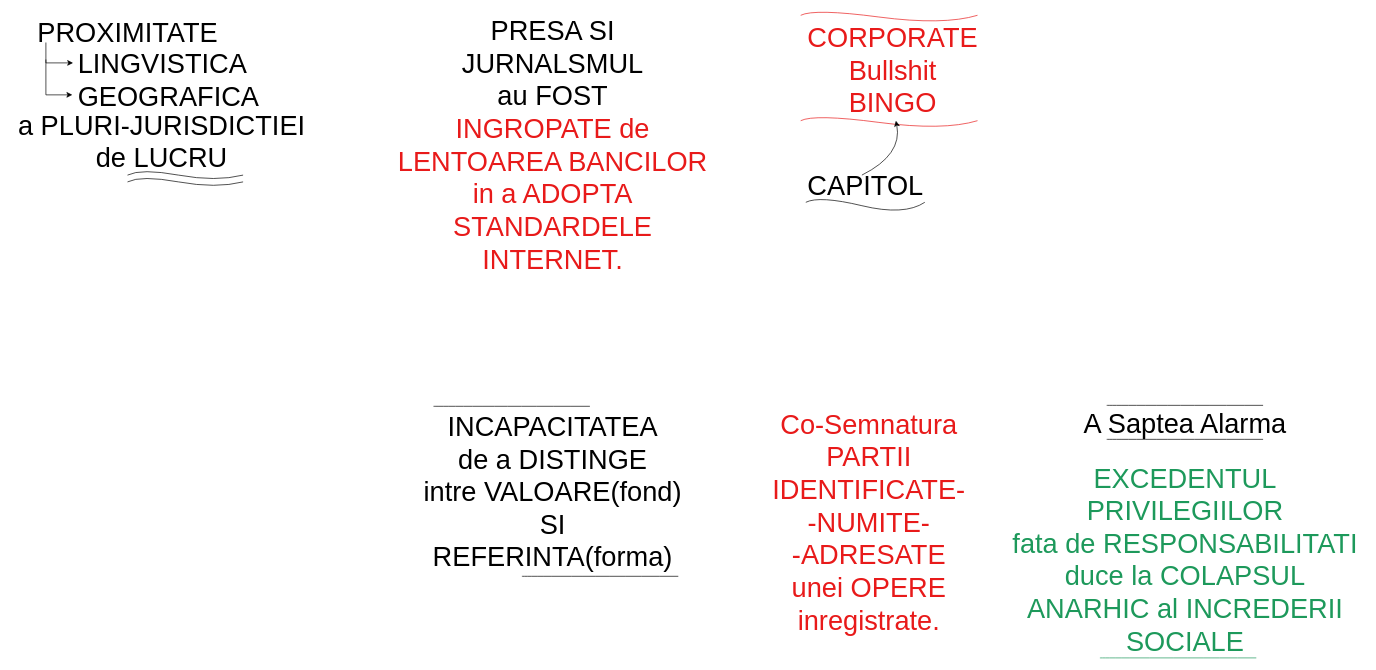
Earlier version of the draw.io diagram 57DC066C-B41A-4E79-8879-D8B0494F4182_1_201_a.drawio (sheeperoni/Diagrams). Source tidied: cells renumbered, new cells numbered last; positions are measured from the earlier drawing's top-left corner, leaving out a move shared by most shapes. Both pictures are drawn from the tidied source at 68%, with x=0, y=0 at pixel (12, 8).
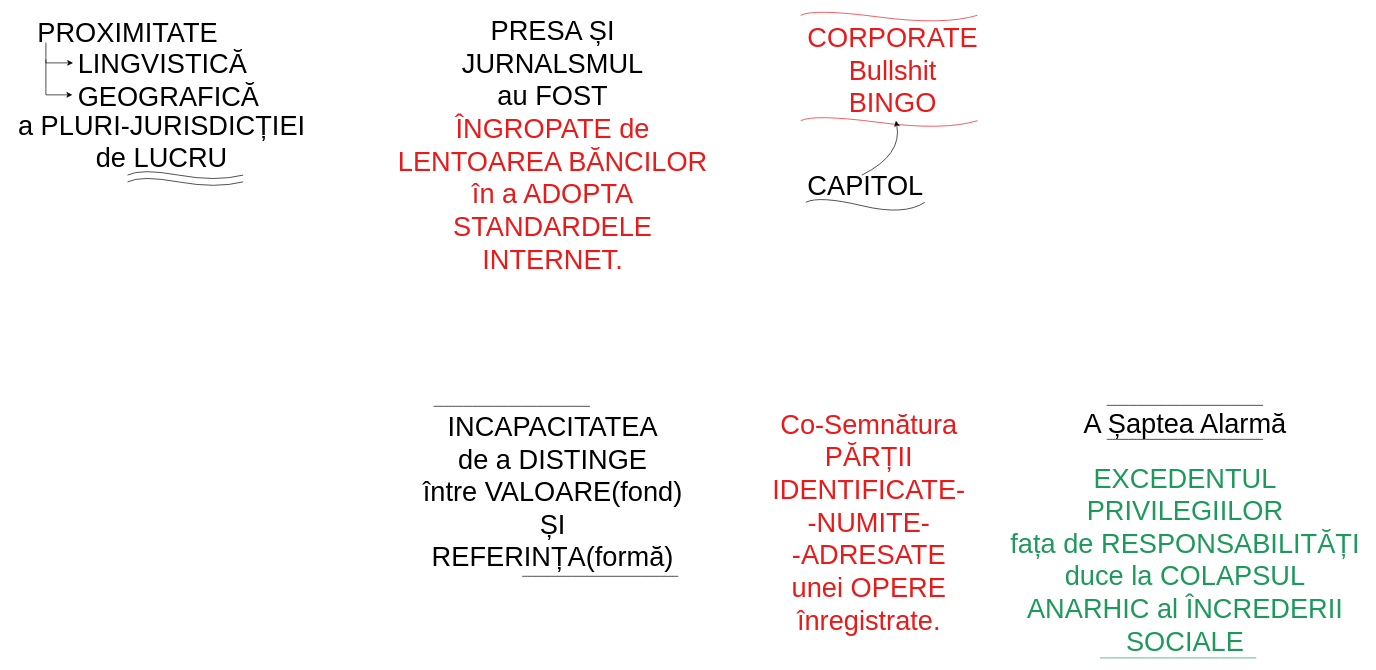
After the change.

Change to the diagram source:
```diff
@@
-    <mxCell id="3" value="&lt;div style=&quot;text-align: left&quot;&gt;&lt;span&gt;LINGVISTICA&lt;/span&gt;&lt;/div&gt;&lt;div style=&quot;text-align: left&quot;&gt;&lt;span&gt;GEOGRAFICA&lt;/span&gt;&lt;/div&gt;" style="text;html=1;align=center;verticalAlign=middle;points=[];strokeColor=none;fillColor=none;fontSize=40;" parent="1" vertex="1">
+    <mxCell id="3" value="&lt;div style=&quot;text-align: left&quot;&gt;&lt;span&gt;LINGVISTICĂ&lt;/span&gt;&lt;/div&gt;&lt;div style=&quot;text-align: left&quot;&gt;&lt;span&gt;GEOGRAFICĂ&lt;/span&gt;&lt;/div&gt;" style="text;html=1;align=center;verticalAlign=middle;points=[];strokeColor=none;fillColor=none;fontSize=40;" parent="1" vertex="1">
       <mxGeometry x="90" y="55" width="280" height="100" as="geometry" />
     </mxCell>
-    <mxCell id="4" value="a PLURI-JURISDICTIEI&lt;br&gt;de LUCRU" style="text;html=1;align=center;verticalAlign=middle;strokeColor=none;fillColor=none;fontSize=40;" parent="1" vertex="1">
+    <mxCell id="4" value="a PLURI-JURISDICȚIEI&lt;br&gt;de LUCRU" style="text;html=1;align=center;verticalAlign=middle;strokeColor=none;fillColor=none;fontSize=40;" parent="1" vertex="1">
       <mxGeometry y="145" width="440" height="100" as="geometry" />
     </mxCell>
@@
-    <mxCell id="9" value="PRESA SI&lt;br&gt;JURNALSMUL&lt;br&gt;au FOST&lt;br&gt;&lt;font color=&quot;#e81a1a&quot;&gt;INGROPATE de&lt;br&gt;LENTOAREA BANCILOR&lt;br&gt;in a ADOPTA&lt;br&gt;STANDARDELE&lt;br&gt;INTERNET.&lt;/font&gt;" style="text;html=1;align=center;verticalAlign=middle;strokeColor=none;fillColor=none;fontSize=40;" parent="1" vertex="1">
+    <mxCell id="9" value="PRESA ȘI&lt;br&gt;JURNALSMUL&lt;br&gt;au FOST&lt;br&gt;&lt;font color=&quot;#e81a1a&quot;&gt;ÎNGROPATE de&lt;br&gt;LENTOAREA BĂNCILOR&lt;br&gt;în a ADOPTA&lt;br&gt;STANDARDELE&lt;br&gt;INTERNET.&lt;/font&gt;" style="text;html=1;align=center;verticalAlign=middle;strokeColor=none;fillColor=none;fontSize=40;" parent="1" vertex="1">
       <mxGeometry x="560" y="5" width="470" height="390" as="geometry" />
     </mxCell>
@@
-    <mxCell id="16" value="INCAPACITATEA&lt;br&gt;de a DISTINGE&lt;br&gt;intre VALOARE(fond)&lt;br&gt;SI&lt;br&gt;REFERINTA(forma)" style="text;html=1;align=center;verticalAlign=middle;strokeColor=none;fillColor=none;fontSize=40;fontColor=#000000;" parent="1" vertex="1">
-      <mxGeometry x="600" y="585" width="390" height="250" as="geometry" />
+    <mxCell id="16" value="INCAPACITATEA&lt;br&gt;de a DISTINGE&lt;br&gt;între VALOARE(fond)&lt;br&gt;ȘI&lt;br&gt;REFERINȚA(formă)" style="text;html=1;align=center;verticalAlign=middle;strokeColor=none;fillColor=none;fontSize=40;fontColor=#000000;" parent="1" vertex="1">
+      <mxGeometry x="595" y="585" width="400" height="250" as="geometry" />
     </mxCell>
-    <mxCell id="17" value="&lt;font color=&quot;#e81a1a&quot;&gt;Co-Semnatura&lt;br&gt;PARTII&lt;br&gt;IDENTIFICATE-&lt;br&gt;-NUMITE-&lt;br&gt;-ADRESATE&lt;br&gt;unei OPERE&lt;br&gt;inregistrate.&lt;/font&gt;" style="text;html=1;align=center;verticalAlign=middle;strokeColor=none;fillColor=none;fontSize=40;fontColor=#000000;" parent="1" vertex="1">
+    <mxCell id="17" value="&lt;font color=&quot;#e81a1a&quot;&gt;Co-Semnătura&lt;br&gt;PĂRȚII&lt;br&gt;IDENTIFICATE-&lt;br&gt;-NUMITE-&lt;br&gt;-ADRESATE&lt;br&gt;unei OPERE&lt;br&gt;înregistrate.&lt;/font&gt;" style="text;html=1;align=center;verticalAlign=middle;strokeColor=none;fillColor=none;fontSize=40;fontColor=#000000;" parent="1" vertex="1">
       <mxGeometry x="1110" y="585" width="300" height="340" as="geometry" />
     </mxCell>
-    <mxCell id="18" value="&lt;font color=&quot;#000000&quot;&gt;A Saptea Alarma&lt;/font&gt;" style="text;html=1;align=center;verticalAlign=middle;strokeColor=none;fillColor=none;fontSize=40;fontColor=#E81A1A;" parent="1" vertex="1">
+    <mxCell id="18" value="&lt;font color=&quot;#000000&quot;&gt;A Șaptea Alarmă&lt;/font&gt;" style="text;html=1;align=center;verticalAlign=middle;strokeColor=none;fillColor=none;fontSize=40;fontColor=#E81A1A;" parent="1" vertex="1">
       <mxGeometry x="1570" y="585" width="310" height="50" as="geometry" />
     </mxCell>
-    <mxCell id="19" value="&lt;font color=&quot;#1d995b&quot;&gt;EXCEDENTUL&lt;br&gt;PRIVILEGIILOR&lt;br&gt;fata de RESPONSABILITATI&lt;br&gt;duce la COLAPSUL&lt;br&gt;ANARHIC al INCREDERII&lt;br&gt;SOCIALE&lt;/font&gt;" style="text;html=1;align=center;verticalAlign=middle;strokeColor=none;fillColor=none;fontSize=40;fontColor=#000000;" parent="1" vertex="1">
-      <mxGeometry x="1465" y="665" width="520" height="290" as="geometry" />
+    <mxCell id="19" value="&lt;font color=&quot;#1d995b&quot;&gt;EXCEDENTUL&lt;br&gt;PRIVILEGIILOR&lt;br&gt;fața de RESPONSABILITĂȚI&lt;br&gt;duce la COLAPSUL&lt;br&gt;ANARHIC al ÎNCREDERII&lt;br&gt;SOCIALE&lt;/font&gt;" style="text;html=1;align=center;verticalAlign=middle;strokeColor=none;fillColor=none;fontSize=40;fontColor=#000000;" parent="1" vertex="1">
+      <mxGeometry x="1460" y="665" width="530" height="290" as="geometry" />
     </mxCell>
```
